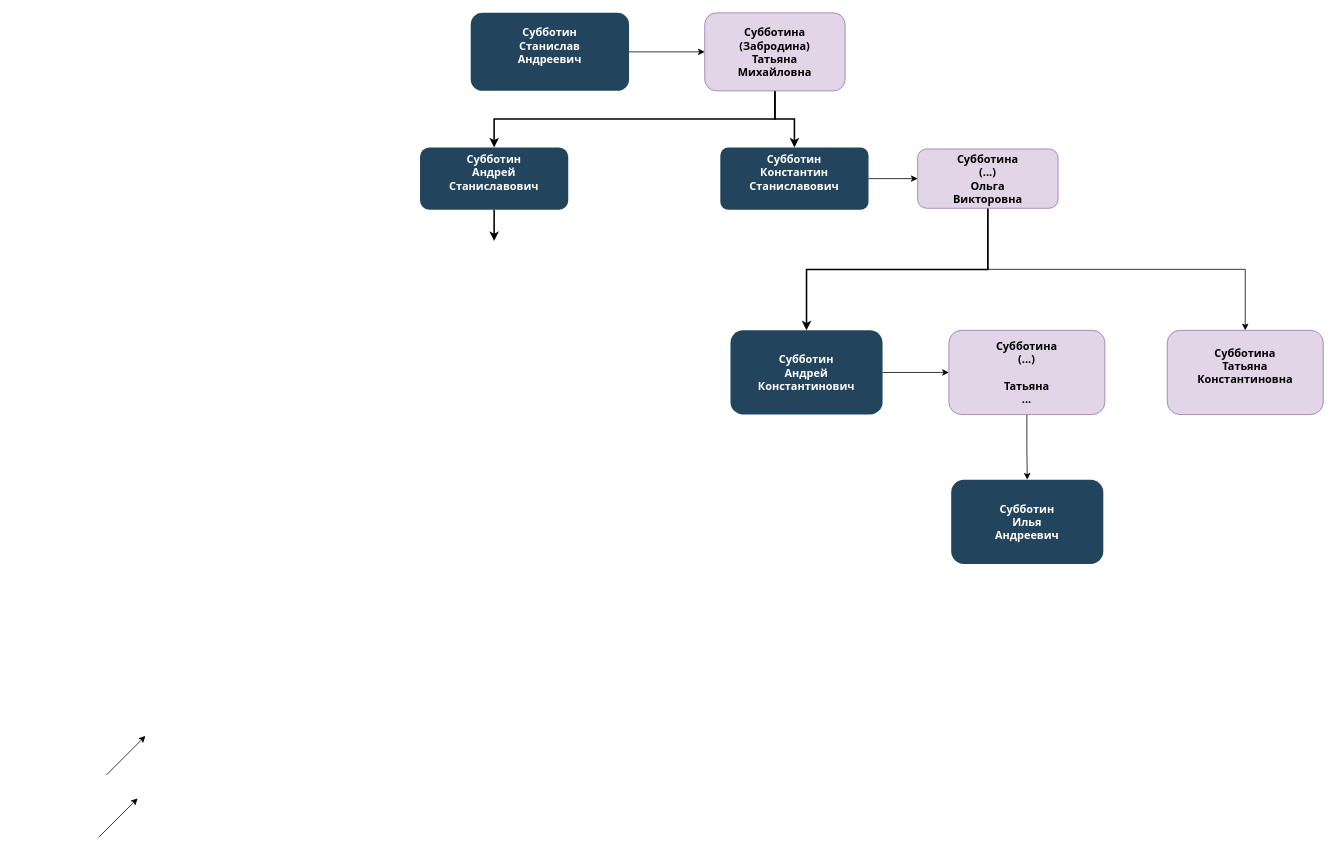
Above: SubbotinStanislavAndreevich.drawio in sas26031962/family_tree (draw.io), before the change. Source tidied: cells renumbered, new cells numbered last; positions are measured from the earlier drawing's top-left corner, leaving out a move shared by most shapes. Both pictures are drawn from the tidied source at 78%, with x=0, y=0 at pixel (98, 12).
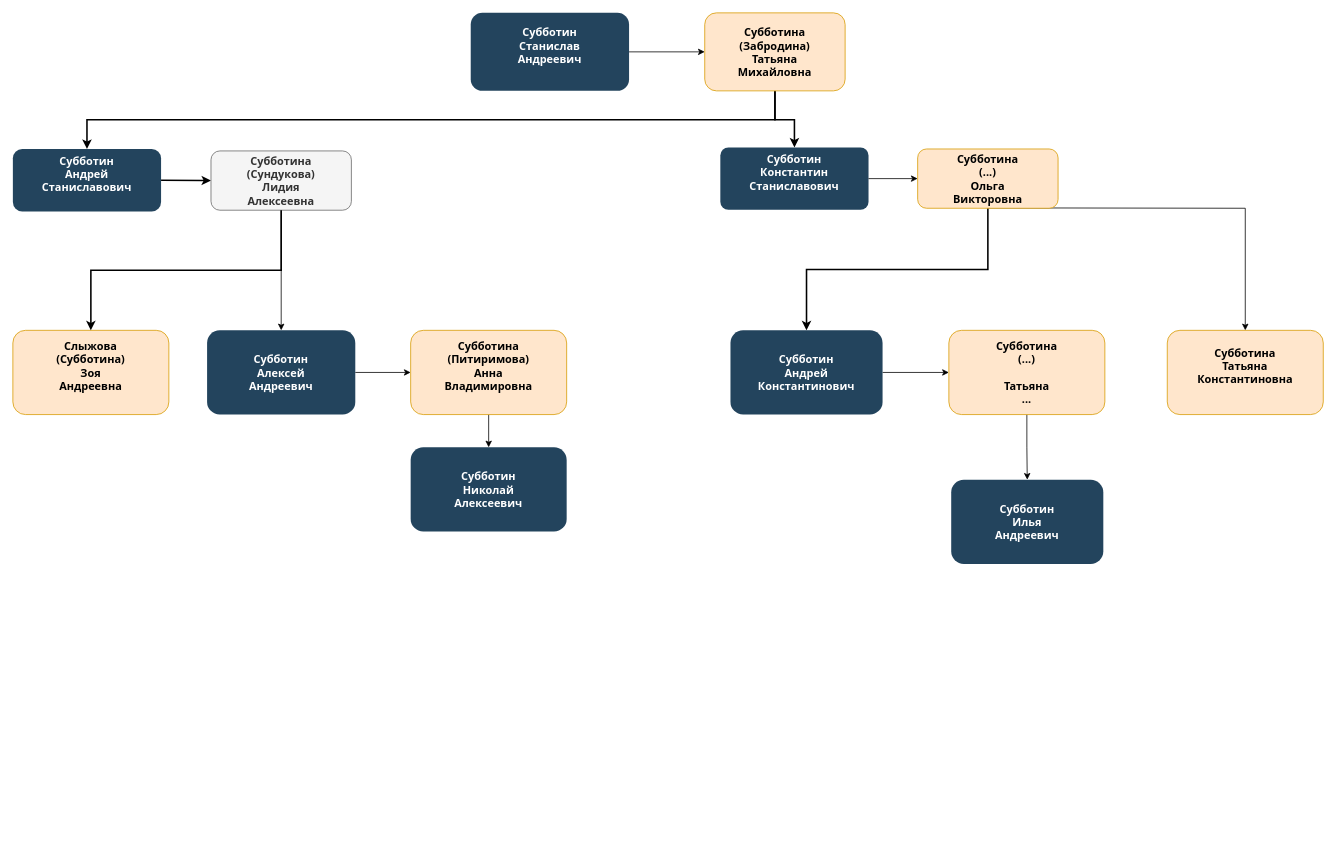
The same page after the edit.

The change refers to these unchanged cells:
```xml
<mxCell id="5" value="Субботин&#10;Константин&#10;Станиславович&#10;" style="rounded=1;fillColor=#23445D;gradientColor=none;strokeColor=none;fontColor=#FFFFFF;fontStyle=1;fontFamily=Tahoma;fontSize=14;arcSize=13;" parent="1" vertex="1">
  <mxGeometry x="797" y="172.5" width="190" height="80" as="geometry" />
</mxCell>
```

What changed in the source:
```diff
@@
-    <mxCell id="4" style="edgeStyle=elbowEdgeStyle;elbow=vertical;strokeWidth=2;rounded=0;exitX=0.5;exitY=1;exitDx=0;exitDy=0;" parent="1" edge="1" source="15" target="5">
-      <mxGeometry x="337" y="215.5" as="geometry" />
+    <mxCell id="4" style="edgeStyle=elbowEdgeStyle;elbow=vertical;strokeWidth=2;rounded=0;exitX=0.5;exitY=1;exitDx=0;exitDy=0;entryX=0.5;entryY=0;entryDx=0;entryDy=0;" parent="1" edge="1" source="15" target="5">
+      <mxGeometry x="337" y="215.5" as="geometry">
+        <Array as="points">
+          <mxPoint x="880" y="137" />
+        </Array>
+      </mxGeometry>
     </mxCell>
@@
     <mxCell id="6" value="Субботин&#10;Андрей&#10;Станиславович&#10;" style="rounded=1;fillColor=#23445D;gradientColor=none;strokeColor=none;fontColor=#FFFFFF;fontStyle=1;fontFamily=Tahoma;fontSize=14;" parent="1" vertex="1">
-      <mxGeometry x="412" y="172.5" width="190" height="80" as="geometry" />
+      <mxGeometry x="-110" y="174.5" width="190" height="80" as="geometry" />
     </mxCell>
@@
-    <mxCell id="10" style="edgeStyle=elbowEdgeStyle;elbow=vertical;strokeWidth=2;rounded=0;" parent="1" edge="1" source="6">
-      <mxGeometry x="-23" y="135.5" as="geometry">
-        <mxPoint x="507" y="292.5" as="targetPoint" />
-      </mxGeometry>
+    <mxCell id="10" style="edgeStyle=elbowEdgeStyle;elbow=vertical;strokeWidth=2;rounded=0;exitX=1;exitY=0.5;exitDx=0;exitDy=0;entryX=0;entryY=0.5;entryDx=0;entryDy=0;" parent="1" edge="1" source="6" target="22">
+      <mxGeometry x="-23" y="135.5" as="geometry" />
     </mxCell>
@@
-    <mxCell id="13" style="edgeStyle=orthogonalEdgeStyle;rounded=0;jettySize=auto;html=1;entryX=0.5;entryY=0;entryDx=0;entryDy=0;exitX=0.5;exitY=1;exitDx=0;exitDy=0;" parent="1" edge="1" source="14" target="19">
-      <mxGeometry relative="1" as="geometry" />
+    <mxCell id="13" style="edgeStyle=orthogonalEdgeStyle;rounded=0;jettySize=auto;html=1;entryX=0.5;entryY=0;entryDx=0;entryDy=0;" parent="1" edge="1" target="19">
+      <mxGeometry relative="1" as="geometry">
+        <mxPoint x="1140" y="250" as="sourcePoint" />
+      </mxGeometry>
     </mxCell>
-    <mxCell id="14" value="Субботина&#10;(...)&#10;Ольга&#10;Викторовна" style="rounded=1;fillColor=#e1d5e7;strokeColor=#9673a6;fontStyle=1;fontFamily=Tahoma;fontSize=14;" parent="1" vertex="1">
+    <mxCell id="14" value="Субботина&#10;(...)&#10;Ольга&#10;Викторовна" style="rounded=1;fillColor=#ffe6cc;strokeColor=#d79b00;fontStyle=1;fontFamily=Tahoma;fontSize=14;" parent="1" vertex="1">
       <mxGeometry x="1050" y="174.5" width="180" height="76" as="geometry" />
     </mxCell>
-    <mxCell id="15" value="Субботина&#10;(Забродина)&#10;Татьяна&#10;Михайловна" style="rounded=1;fillColor=#e1d5e7;strokeColor=#9673a6;fontStyle=1;fontFamily=Tahoma;fontSize=14;" parent="1" vertex="1">
+    <mxCell id="15" value="Субботина&#10;(Забродина)&#10;Татьяна&#10;Михайловна" style="rounded=1;fillColor=#ffe6cc;strokeColor=#d79b00;fontStyle=1;fontFamily=Tahoma;fontSize=14;" parent="1" vertex="1">
       <mxGeometry x="777" width="180" height="100" as="geometry" />
     </mxCell>
-    <mxCell id="16" style="endArrow=classic;html=1;" parent="1" edge="1">
-      <mxGeometry relative="1" as="geometry">
-        <mxPoint x="10" y="977" as="sourcePoint" />
-        <mxPoint x="60" y="927" as="targetPoint" />
-      </mxGeometry>
+    <mxCell id="16" style="endArrow=classic;html=1;entryX=0.5;entryY=0;entryDx=0;entryDy=0;exitX=0.5;exitY=1;exitDx=0;exitDy=0;" parent="1" edge="1" source="22" target="24">
+      <mxGeometry relative="1" as="geometry" />
     </mxCell>
@@
-    <mxCell id="18" value="Субботина&#10;(...)&#10;&#10;Татьяна&#10;..." style="rounded=1;fillColor=#e1d5e7;strokeColor=#9673a6;fontStyle=1;fontFamily=Tahoma;fontSize=14;" parent="1" vertex="1">
+    <mxCell id="18" value="Субботина&#10;(...)&#10;&#10;Татьяна&#10;..." style="rounded=1;fillColor=#ffe6cc;strokeColor=#d79b00;fontStyle=1;fontFamily=Tahoma;fontSize=14;" parent="1" vertex="1">
       <mxGeometry x="1090" y="407" width="200" height="108" as="geometry" />
     </mxCell>
-    <mxCell id="19" value="Субботина&#10;Татьяна&#10;Константиновна&#10;" style="rounded=1;fillColor=#e1d5e7;strokeColor=#9673a6;fontStyle=1;fontFamily=Tahoma;fontSize=14;" parent="1" vertex="1">
+    <mxCell id="19" value="Субботина&#10;Татьяна&#10;Константиновна&#10;" style="rounded=1;fillColor=#ffe6cc;strokeColor=#d79b00;fontStyle=1;fontFamily=Tahoma;fontSize=14;" parent="1" vertex="1">
       <mxGeometry x="1370" y="407" width="200" height="108" as="geometry" />
     </mxCell>
@@
-    <mxCell id="21" style="endArrow=classic;html=1;" parent="1" edge="1">
-      <mxGeometry relative="1" as="geometry">
-        <mxPoint y="1057" as="sourcePoint" />
-        <mxPoint x="50" y="1007" as="targetPoint" />
-      </mxGeometry>
-    </mxCell>
+    <mxCell id="22" value="Субботина&#10;(Сундукова)&#10;Лидия&#10;Алексеевна" style="rounded=1;fillColor=#f5f5f5;strokeColor=#666666;fontStyle=1;fontFamily=Tahoma;fontSize=14;fontColor=#333333;" parent="1" vertex="1">
+      <mxGeometry x="144" y="177" width="180" height="76" as="geometry" />
+    </mxCell>
+    <mxCell id="23" style="edgeStyle=orthogonalEdgeStyle;rounded=0;jettySize=auto;html=1;exitX=1;exitY=0.5;exitDx=0;exitDy=0;entryX=0;entryY=0.5;entryDx=0;entryDy=0;" parent="1" edge="1" source="24" target="28">
+      <mxGeometry relative="1" as="geometry" />
+    </mxCell>
+    <mxCell id="24" value="Субботин&#10;Алексей&#10;Андреевич" style="rounded=1;fillColor=#23445D;gradientColor=none;strokeColor=none;fontColor=#FFFFFF;fontStyle=1;fontFamily=Tahoma;fontSize=14;" parent="1" vertex="1">
+      <mxGeometry x="139" y="407" width="190" height="108" as="geometry" />
+    </mxCell>
+    <mxCell id="25" value="Слыжова&#10;(Субботина)&#10;Зоя&#10;Андреевна&#10;" style="rounded=1;fillColor=#ffe6cc;strokeColor=#d79b00;fontStyle=1;fontFamily=Tahoma;fontSize=14;" parent="1" vertex="1">
+      <mxGeometry x="-110" y="407" width="200" height="108" as="geometry" />
+    </mxCell>
+    <mxCell id="26" style="edgeStyle=elbowEdgeStyle;elbow=vertical;strokeWidth=2;rounded=0;exitX=0.5;exitY=1;exitDx=0;exitDy=0;" parent="1" edge="1" source="22" target="25">
+      <mxGeometry x="-800.5" y="164" as="geometry" />
+    </mxCell>
+    <mxCell id="27" style="edgeStyle=orthogonalEdgeStyle;rounded=0;jettySize=auto;html=1;exitX=0.5;exitY=1;exitDx=0;exitDy=0;" parent="1" edge="1" source="28" target="29">
+      <mxGeometry relative="1" as="geometry" />
+    </mxCell>
+    <mxCell id="28" value="Субботина&#10;(Питиримова)&#10;Анна&#10;Владимировна&#10;" style="rounded=1;fillColor=#ffe6cc;strokeColor=#d79b00;fontStyle=1;fontFamily=Tahoma;fontSize=14;" parent="1" vertex="1">
+      <mxGeometry x="400" y="407" width="200" height="108" as="geometry" />
+    </mxCell>
+    <mxCell id="29" value="Субботин&#10;Николай&#10;Алексеевич" style="rounded=1;fillColor=#23445D;gradientColor=none;strokeColor=none;fontColor=#FFFFFF;fontStyle=1;fontFamily=Tahoma;fontSize=14;" parent="1" vertex="1">
+      <mxGeometry x="400" y="557" width="200" height="108" as="geometry" />
+    </mxCell>
```
